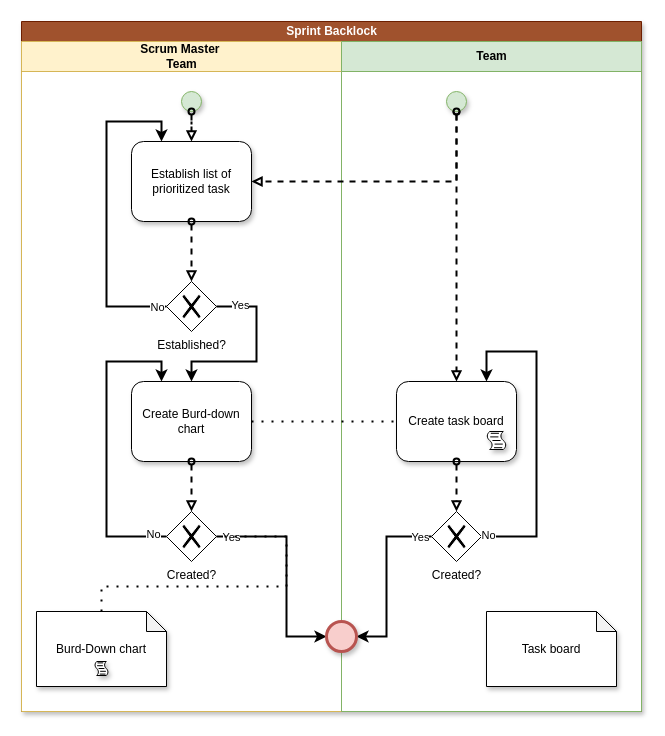
The draw.io diagram page "Sprint Backlock" (3 of 3) of BPMN_Pre-game.drawio in JavierCabreraDev/Metodologia_Practica, before the edit. Source tidied: cells renumbered, new cells numbered last; positions are measured from the earlier drawing's top-left corner, leaving out a move shared by most shapes. Both pictures are drawn from the tidied source at 100%, with x=0, y=0 at pixel (21, 21).
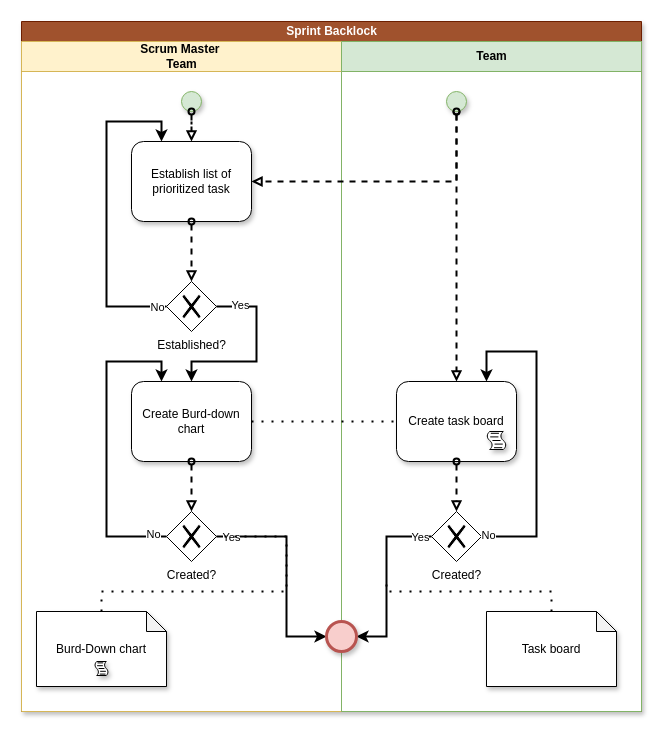
The same page after the edit.

Unchanged cells that the change refers to:
```xml
<mxCell id="6" value="Created?" style="shape=mxgraph.bpmn.shape;html=1;verticalLabelPosition=bottom;labelBackgroundColor=#ffffff;verticalAlign=top;align=center;perimeter=rhombusPerimeter;background=gateway;outlineConnect=0;outline=none;symbol=exclusiveGw;" parent="3" vertex="1">
  <mxGeometry x="145" y="470" width="50" height="50" as="geometry" />
</mxCell>
<mxCell id="33" value="Burd-Down chart" style="shape=note;whiteSpace=wrap;html=1;backgroundOutline=1;darkOpacity=0.05;rounded=0;shadow=1;glass=0;gradientColor=none;size=20;" parent="1" vertex="1">
  <mxGeometry x="15" y="590" width="130" height="75" as="geometry" />
</mxCell>
<mxCell id="36" value="Task board" style="shape=note;whiteSpace=wrap;html=1;backgroundOutline=1;darkOpacity=0.05;rounded=0;shadow=1;glass=0;gradientColor=none;size=20;" parent="1" vertex="1">
  <mxGeometry x="465" y="590" width="130" height="75" as="geometry" />
</mxCell>
```

Diff of the diagram source:
```diff
@@
     <mxCell id="32" style="edgeStyle=orthogonalEdgeStyle;rounded=0;jettySize=auto;html=1;startArrow=none;startFill=0;endArrow=none;endFill=0;strokeWidth=2;dashed=1;dashPattern=1 4;" parent="1" edge="1" source="33" target="6">
       <mxGeometry relative="1" as="geometry">
         <Array as="points">
-          <mxPoint x="80" y="565" />
-          <mxPoint x="265" y="565" />
+          <mxPoint x="80" y="570" />
+          <mxPoint x="265" y="570" />
           <mxPoint x="265" y="515" />
         </Array>
       </mxGeometry>
     </mxCell>
@@
+    <mxCell id="38" style="edgeStyle=orthogonalEdgeStyle;rounded=0;jettySize=auto;html=1;startArrow=none;startFill=0;endArrow=none;endFill=0;strokeWidth=2;dashed=1;dashPattern=1 4;" parent="1" edge="1" source="36">
+      <mxGeometry relative="1" as="geometry">
+        <mxPoint x="365" y="560" as="targetPoint" />
+        <Array as="points">
+          <mxPoint x="530" y="570" />
+          <mxPoint x="365" y="570" />
+        </Array>
+      </mxGeometry>
+    </mxCell>
```
